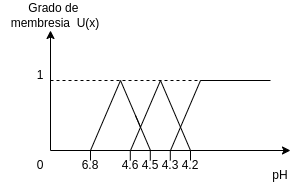
miicxitl-kin/Proyecto-Terminal-1-y-2 keeps this draw.io diagram as UML/Modulo2/diseno/logica1.drawio.png. Above is the earlier version. Source tidied: cells renumbered, new cells last; positions are measured from the earlier drawing's top-left corner, leaving out a move shared by most shapes.
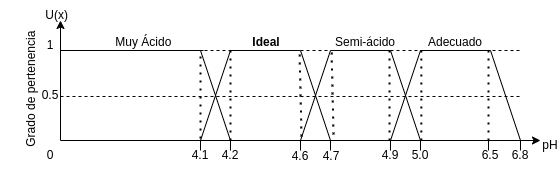
Later version of the same file.

Change to the diagram source:
```diff
@@ -2,9 +2,6 @@
   <root>
     <mxCell id="0" />
     <mxCell id="1" parent="0" />
-    <mxCell id="2" style="verticalLabelPosition=bottom;verticalAlign=top;html=1;shape=mxgraph.basic.acute_triangle;dx=0.5;" parent="1" vertex="1">
-      <mxGeometry x="90" y="80" width="60" height="70" as="geometry" />
-    </mxCell>
     <mxCell id="3" style="endArrow=classic;html=1;" parent="1" edge="1">
       <mxGeometry relative="1" as="geometry">
         <mxPoint x="50" y="150" as="sourcePoint" />
@@ -14,77 +11,40 @@
     <mxCell id="4" style="endArrow=classic;html=1;" parent="1" edge="1">
       <mxGeometry relative="1" as="geometry">
         <mxPoint x="50" y="150" as="sourcePoint" />
-        <mxPoint x="290" y="150" as="targetPoint" />
+        <mxPoint x="530" y="150" as="targetPoint" />
       </mxGeometry>
     </mxCell>
-    <mxCell id="5" style="verticalLabelPosition=bottom;verticalAlign=top;html=1;shape=mxgraph.basic.acute_triangle;dx=0.5;" parent="1" vertex="1">
-      <mxGeometry x="130" y="80" width="60" height="70" as="geometry" />
-    </mxCell>
-    <mxCell id="6" style="endArrow=none;html=1;exitX=0;exitY=0;exitDx=45;exitDy=35;exitPerimeter=0;" parent="1" edge="1" source="2">
-      <mxGeometry relative="1" as="geometry">
-        <mxPoint x="150" y="150" as="targetPoint" />
-      </mxGeometry>
-    </mxCell>
-    <mxCell id="7" style="endArrow=none;html=1;" parent="1" edge="1">
-      <mxGeometry relative="1" as="geometry">
-        <mxPoint x="170" y="150" as="sourcePoint" />
-        <mxPoint x="200" y="80" as="targetPoint" />
-      </mxGeometry>
-    </mxCell>
-    <mxCell id="8" style="endArrow=none;html=1;" parent="1" edge="1">
-      <mxGeometry relative="1" as="geometry">
-        <mxPoint x="200" y="80" as="sourcePoint" />
-        <mxPoint x="270" y="80" as="targetPoint" />
-      </mxGeometry>
-    </mxCell>
     <mxCell id="9" style="endArrow=none;dashed=1;html=1;" parent="1" edge="1">
       <mxGeometry relative="1" as="geometry">
-        <mxPoint x="50" y="80" as="sourcePoint" />
-        <mxPoint x="270" y="80" as="targetPoint" />
+        <mxPoint x="50" y="60" as="sourcePoint" />
+        <mxPoint x="510" y="60" as="targetPoint" />
       </mxGeometry>
     </mxCell>
-    <mxCell id="10" value="&lt;font style=&quot;color: rgb(0, 0, 0);&quot;&gt;Grado de&amp;nbsp;&lt;/font&gt;&lt;div&gt;&lt;font style=&quot;color: rgb(0, 0, 0);&quot;&gt;membresia&amp;nbsp; U(x)&lt;/font&gt;&lt;/div&gt;" style="text;html=1;align=center;verticalAlign=middle;whiteSpace=wrap;rounded=0;" parent="1" vertex="1">
-      <mxGeometry width="110" height="30" as="geometry" />
+    <mxCell id="10" value="&lt;div&gt;&lt;font style=&quot;color: rgb(0, 0, 0);&quot;&gt;&amp;nbsp;U(x)&lt;/font&gt;&lt;/div&gt;" style="text;html=1;align=center;verticalAlign=middle;whiteSpace=wrap;rounded=0;" parent="1" vertex="1">
+      <mxGeometry x="-10" y="10" width="110" height="30" as="geometry" />
     </mxCell>
     <mxCell id="11" value="1" style="text;html=1;align=center;verticalAlign=middle;whiteSpace=wrap;rounded=0;" parent="1" vertex="1">
-      <mxGeometry x="30" y="60" width="20" height="30" as="geometry" />
+      <mxGeometry x="30" y="40" width="20" height="30" as="geometry" />
     </mxCell>
     <mxCell id="12" value="6.8" style="text;html=1;align=center;verticalAlign=middle;whiteSpace=wrap;rounded=0;" parent="1" vertex="1">
-      <mxGeometry x="80" y="150" width="20" height="30" as="geometry" />
+      <mxGeometry x="500" y="150" width="20" height="30" as="geometry" />
     </mxCell>
-    <mxCell id="13" value="4.6" style="text;html=1;align=center;verticalAlign=middle;whiteSpace=wrap;rounded=0;" parent="1" vertex="1">
-      <mxGeometry x="120" y="150" width="20" height="30" as="geometry" />
+    <mxCell id="13" value="6.5" style="text;html=1;align=center;verticalAlign=middle;whiteSpace=wrap;rounded=0;" parent="1" vertex="1">
+      <mxGeometry x="470" y="150" width="20" height="30" as="geometry" />
     </mxCell>
-    <mxCell id="14" value="4.5" style="text;html=1;align=center;verticalAlign=middle;whiteSpace=wrap;rounded=0;" parent="1" vertex="1">
-      <mxGeometry x="140" y="150" width="20" height="30" as="geometry" />
+    <mxCell id="14" value="5.0" style="text;html=1;align=center;verticalAlign=middle;whiteSpace=wrap;rounded=0;" parent="1" vertex="1">
+      <mxGeometry x="400" y="150" width="20" height="30" as="geometry" />
     </mxCell>
-    <mxCell id="15" value="4.3" style="text;html=1;align=center;verticalAlign=middle;whiteSpace=wrap;rounded=0;" parent="1" vertex="1">
-      <mxGeometry x="160" y="150" width="20" height="30" as="geometry" />
+    <mxCell id="15" value="4.9" style="text;html=1;align=center;verticalAlign=middle;whiteSpace=wrap;rounded=0;" parent="1" vertex="1">
+      <mxGeometry x="370" y="150" width="20" height="30" as="geometry" />
     </mxCell>
-    <mxCell id="16" value="4.2" style="text;html=1;align=center;verticalAlign=middle;whiteSpace=wrap;rounded=0;" parent="1" vertex="1">
-      <mxGeometry x="180" y="150" width="20" height="30" as="geometry" />
+    <mxCell id="16" value="4.7" style="text;html=1;align=center;verticalAlign=middle;whiteSpace=wrap;rounded=0;" parent="1" vertex="1">
+      <mxGeometry x="311" y="151" width="20" height="30" as="geometry" />
     </mxCell>
-    <mxCell id="17" style="endArrow=none;html=1;entryX=0.5;entryY=0;entryDx=0;entryDy=0;" parent="1" edge="1" target="12">
-      <mxGeometry relative="1" as="geometry">
-        <mxPoint x="90" y="160" as="sourcePoint" />
-      </mxGeometry>
-    </mxCell>
-    <mxCell id="18" style="endArrow=none;html=1;entryX=0.5;entryY=0;entryDx=0;entryDy=0;" parent="1" edge="1">
-      <mxGeometry relative="1" as="geometry">
-        <mxPoint x="129.8" y="160" as="sourcePoint" />
-        <mxPoint x="129.8" y="150" as="targetPoint" />
-      </mxGeometry>
-    </mxCell>
-    <mxCell id="19" style="endArrow=none;html=1;entryX=0.5;entryY=0;entryDx=0;entryDy=0;" parent="1" edge="1">
-      <mxGeometry relative="1" as="geometry">
-        <mxPoint x="149.8" y="160" as="sourcePoint" />
-        <mxPoint x="149.8" y="150" as="targetPoint" />
-      </mxGeometry>
-    </mxCell>
     <mxCell id="20" style="endArrow=none;html=1;entryX=0.5;entryY=0;entryDx=0;entryDy=0;" parent="1" edge="1">
       <mxGeometry relative="1" as="geometry">
-        <mxPoint x="169.8" y="160" as="sourcePoint" />
-        <mxPoint x="169.8" y="150" as="targetPoint" />
+        <mxPoint x="220" y="160" as="sourcePoint" />
+        <mxPoint x="220" y="150" as="targetPoint" />
       </mxGeometry>
     </mxCell>
     <mxCell id="21" style="endArrow=none;html=1;entryX=0.5;entryY=0;entryDx=0;entryDy=0;" parent="1" edge="1">
@@ -94,10 +54,187 @@
       </mxGeometry>
     </mxCell>
     <mxCell id="22" value="pH" style="text;html=1;align=center;verticalAlign=middle;whiteSpace=wrap;rounded=0;" parent="1" vertex="1">
-      <mxGeometry x="270" y="160" width="20" height="30" as="geometry" />
+      <mxGeometry x="530" y="140" width="20" height="30" as="geometry" />
     </mxCell>
     <mxCell id="23" value="0" style="text;html=1;align=center;verticalAlign=middle;whiteSpace=wrap;rounded=0;" parent="1" vertex="1">
       <mxGeometry x="30" y="150" width="20" height="30" as="geometry" />
     </mxCell>
+    <mxCell id="24" style="endArrow=none;html=1;" parent="1" edge="1">
+      <mxGeometry relative="1" as="geometry">
+        <mxPoint x="410" y="60" as="sourcePoint" />
+        <mxPoint x="480" y="60" as="targetPoint" />
+      </mxGeometry>
+    </mxCell>
+    <mxCell id="25" style="endArrow=none;html=1;" parent="1" edge="1">
+      <mxGeometry relative="1" as="geometry">
+        <mxPoint x="190" y="60" as="sourcePoint" />
+        <mxPoint x="220" y="150" as="targetPoint" />
+      </mxGeometry>
+    </mxCell>
+    <mxCell id="26" style="endArrow=none;dashed=1;html=1;dashPattern=1 3;strokeWidth=2;exitX=0.076;exitY=-0.07;exitDx=0;exitDy=0;exitPerimeter=0;" parent="1" edge="1">
+      <mxGeometry relative="1" as="geometry">
+        <mxPoint x="190" y="148" as="sourcePoint" />
+        <mxPoint x="190" y="60" as="targetPoint" />
+      </mxGeometry>
+    </mxCell>
+    <mxCell id="27" style="endArrow=none;html=1;" parent="1" edge="1">
+      <mxGeometry relative="1" as="geometry">
+        <mxPoint x="190" y="150" as="sourcePoint" />
+        <mxPoint x="220" y="60" as="targetPoint" />
+      </mxGeometry>
+    </mxCell>
+    <mxCell id="28" style="endArrow=none;html=1;" parent="1" edge="1">
+      <mxGeometry relative="1" as="geometry">
+        <mxPoint x="220" y="60" as="sourcePoint" />
+        <mxPoint x="290" y="60" as="targetPoint" />
+      </mxGeometry>
+    </mxCell>
+    <mxCell id="29" style="endArrow=none;html=1;" parent="1" edge="1">
+      <mxGeometry relative="1" as="geometry">
+        <mxPoint x="290" y="60" as="sourcePoint" />
+        <mxPoint x="320" y="150" as="targetPoint" />
+      </mxGeometry>
+    </mxCell>
+    <mxCell id="30" style="endArrow=none;dashed=1;html=1;dashPattern=1 3;strokeWidth=2;" parent="1" edge="1">
+      <mxGeometry relative="1" as="geometry">
+        <mxPoint x="220" y="150" as="sourcePoint" />
+        <mxPoint x="220" y="60" as="targetPoint" />
+      </mxGeometry>
+    </mxCell>
+    <mxCell id="31" style="endArrow=none;dashed=1;html=1;dashPattern=1 3;strokeWidth=2;exitX=0.076;exitY=-0.07;exitDx=0;exitDy=0;exitPerimeter=0;" parent="1" edge="1">
+      <mxGeometry relative="1" as="geometry">
+        <mxPoint x="291" y="146" as="sourcePoint" />
+        <mxPoint x="289" y="58" as="targetPoint" />
+      </mxGeometry>
+    </mxCell>
+    <mxCell id="32" style="endArrow=none;html=1;entryX=0.5;entryY=0;entryDx=0;entryDy=0;" parent="1" edge="1">
+      <mxGeometry relative="1" as="geometry">
+        <mxPoint x="290" y="160" as="sourcePoint" />
+        <mxPoint x="290" y="150" as="targetPoint" />
+      </mxGeometry>
+    </mxCell>
+    <mxCell id="33" style="endArrow=none;html=1;entryX=0.5;entryY=0;entryDx=0;entryDy=0;" parent="1" edge="1">
+      <mxGeometry relative="1" as="geometry">
+        <mxPoint x="320" y="160" as="sourcePoint" />
+        <mxPoint x="320" y="150" as="targetPoint" />
+      </mxGeometry>
+    </mxCell>
+    <mxCell id="34" style="endArrow=none;html=1;" parent="1" edge="1">
+      <mxGeometry relative="1" as="geometry">
+        <mxPoint x="290" y="150" as="sourcePoint" />
+        <mxPoint x="320" y="60" as="targetPoint" />
+      </mxGeometry>
+    </mxCell>
+    <mxCell id="35" style="endArrow=none;html=1;" parent="1" edge="1">
+      <mxGeometry relative="1" as="geometry">
+        <mxPoint x="320" y="60" as="sourcePoint" />
+        <mxPoint x="380" y="60" as="targetPoint" />
+      </mxGeometry>
+    </mxCell>
+    <mxCell id="36" value="4.6" style="text;html=1;align=center;verticalAlign=middle;whiteSpace=wrap;rounded=0;" parent="1" vertex="1">
+      <mxGeometry x="280" y="151" width="20" height="30" as="geometry" />
+    </mxCell>
+    <mxCell id="37" style="endArrow=none;html=1;" parent="1" edge="1">
+      <mxGeometry relative="1" as="geometry">
+        <mxPoint x="380" y="60" as="sourcePoint" />
+        <mxPoint x="410" y="150" as="targetPoint" />
+      </mxGeometry>
+    </mxCell>
+    <mxCell id="38" style="endArrow=none;dashed=1;html=1;dashPattern=1 3;strokeWidth=2;exitX=0.076;exitY=-0.07;exitDx=0;exitDy=0;exitPerimeter=0;" parent="1" edge="1">
+      <mxGeometry relative="1" as="geometry">
+        <mxPoint x="323" y="144" as="sourcePoint" />
+        <mxPoint x="321" y="56" as="targetPoint" />
+      </mxGeometry>
+    </mxCell>
+    <mxCell id="39" style="endArrow=none;dashed=1;html=1;dashPattern=1 3;strokeWidth=2;" parent="1" edge="1">
+      <mxGeometry relative="1" as="geometry">
+        <mxPoint x="379" y="150" as="sourcePoint" />
+        <mxPoint x="379" y="60" as="targetPoint" />
+      </mxGeometry>
+    </mxCell>
+    <mxCell id="40" style="endArrow=none;html=1;entryX=0.5;entryY=0;entryDx=0;entryDy=0;" parent="1" edge="1">
+      <mxGeometry relative="1" as="geometry">
+        <mxPoint x="380" y="160" as="sourcePoint" />
+        <mxPoint x="380" y="150" as="targetPoint" />
+      </mxGeometry>
+    </mxCell>
+    <mxCell id="41" style="endArrow=none;html=1;entryX=0.5;entryY=0;entryDx=0;entryDy=0;" parent="1" edge="1">
+      <mxGeometry relative="1" as="geometry">
+        <mxPoint x="410" y="160" as="sourcePoint" />
+        <mxPoint x="410" y="150" as="targetPoint" />
+      </mxGeometry>
+    </mxCell>
+    <mxCell id="42" value="4.2" style="text;html=1;align=center;verticalAlign=middle;whiteSpace=wrap;rounded=0;" parent="1" vertex="1">
+      <mxGeometry x="210" y="150" width="20" height="30" as="geometry" />
+    </mxCell>
+    <mxCell id="43" value="4.1" style="text;html=1;align=center;verticalAlign=middle;whiteSpace=wrap;rounded=0;" parent="1" vertex="1">
+      <mxGeometry x="180" y="150" width="20" height="30" as="geometry" />
+    </mxCell>
+    <mxCell id="44" style="endArrow=none;html=1;" parent="1" edge="1">
+      <mxGeometry relative="1" as="geometry">
+        <mxPoint x="380" y="150" as="sourcePoint" />
+        <mxPoint x="410" y="60" as="targetPoint" />
+      </mxGeometry>
+    </mxCell>
+    <mxCell id="45" style="endArrow=none;dashed=1;html=1;endSize=6;startSize=6;jumpSize=5;strokeWidth=1;jumpStyle=none;" parent="1" edge="1">
+      <mxGeometry relative="1" as="geometry">
+        <mxPoint x="50" y="106" as="sourcePoint" />
+        <mxPoint x="510" y="106" as="targetPoint" />
+      </mxGeometry>
+    </mxCell>
+    <mxCell id="46" style="endArrow=none;dashed=1;html=1;dashPattern=1 3;strokeWidth=2;" parent="1" edge="1">
+      <mxGeometry relative="1" as="geometry">
+        <mxPoint x="410.8" y="150" as="sourcePoint" />
+        <mxPoint x="410.8" y="60" as="targetPoint" />
+      </mxGeometry>
+    </mxCell>
+    <mxCell id="47" value="0.5" style="text;html=1;align=center;verticalAlign=middle;whiteSpace=wrap;rounded=0;" parent="1" vertex="1">
+      <mxGeometry x="30" y="90" width="20" height="30" as="geometry" />
+    </mxCell>
+    <mxCell id="48" value="Adecuado" style="text;html=1;align=center;verticalAlign=middle;whiteSpace=wrap;rounded=0;" parent="1" vertex="1">
+      <mxGeometry x="390" y="37" width="110" height="30" as="geometry" />
+    </mxCell>
+    <mxCell id="49" value="Semi-ácido" style="text;html=1;align=center;verticalAlign=middle;whiteSpace=wrap;rounded=0;" parent="1" vertex="1">
+      <mxGeometry x="300" y="37" width="110" height="30" as="geometry" />
+    </mxCell>
+    <mxCell id="50" value="&lt;b&gt;Ideal&lt;/b&gt;" style="text;html=1;align=center;verticalAlign=middle;whiteSpace=wrap;rounded=0;" parent="1" vertex="1">
+      <mxGeometry x="201" y="37" width="110" height="30" as="geometry" />
+    </mxCell>
+    <mxCell id="51" value="Muy Ácido&amp;nbsp;" style="text;html=1;align=center;verticalAlign=middle;whiteSpace=wrap;rounded=0;" parent="1" vertex="1">
+      <mxGeometry x="80" y="37" width="110" height="30" as="geometry" />
+    </mxCell>
+    <mxCell id="52" style="endArrow=none;html=1;" parent="1" edge="1">
+      <mxGeometry relative="1" as="geometry">
+        <mxPoint x="480" y="60" as="sourcePoint" />
+        <mxPoint x="510" y="150" as="targetPoint" />
+      </mxGeometry>
+    </mxCell>
+    <mxCell id="53" style="endArrow=none;dashed=1;html=1;dashPattern=1 3;strokeWidth=2;" parent="1" edge="1">
+      <mxGeometry relative="1" as="geometry">
+        <mxPoint x="478" y="150" as="sourcePoint" />
+        <mxPoint x="478" y="60" as="targetPoint" />
+      </mxGeometry>
+    </mxCell>
+    <mxCell id="54" style="endArrow=none;html=1;startSize=6;endSize=6;strokeWidth=1;targetPerimeterSpacing=0;" parent="1" edge="1">
+      <mxGeometry relative="1" as="geometry">
+        <mxPoint x="50" y="60" as="sourcePoint" />
+        <mxPoint x="193" y="60" as="targetPoint" />
+      </mxGeometry>
+    </mxCell>
+    <mxCell id="55" style="endArrow=none;html=1;entryX=0.5;entryY=0;entryDx=0;entryDy=0;" parent="1" edge="1">
+      <mxGeometry relative="1" as="geometry">
+        <mxPoint x="510" y="160" as="sourcePoint" />
+        <mxPoint x="510" y="150" as="targetPoint" />
+      </mxGeometry>
+    </mxCell>
+    <mxCell id="56" style="endArrow=none;html=1;entryX=0.5;entryY=0;entryDx=0;entryDy=0;" parent="1" edge="1">
+      <mxGeometry relative="1" as="geometry">
+        <mxPoint x="478" y="160" as="sourcePoint" />
+        <mxPoint x="478" y="150" as="targetPoint" />
+      </mxGeometry>
+    </mxCell>
+    <mxCell id="57" value="Grado de pertenencia&amp;nbsp;" style="text;html=1;align=center;verticalAlign=middle;whiteSpace=wrap;rounded=0;rotation=-90;" parent="1" vertex="1">
+      <mxGeometry x="-44" y="82" width="130" height="30" as="geometry" />
+    </mxCell>
   </root>
 </mxGraphModel>
```
